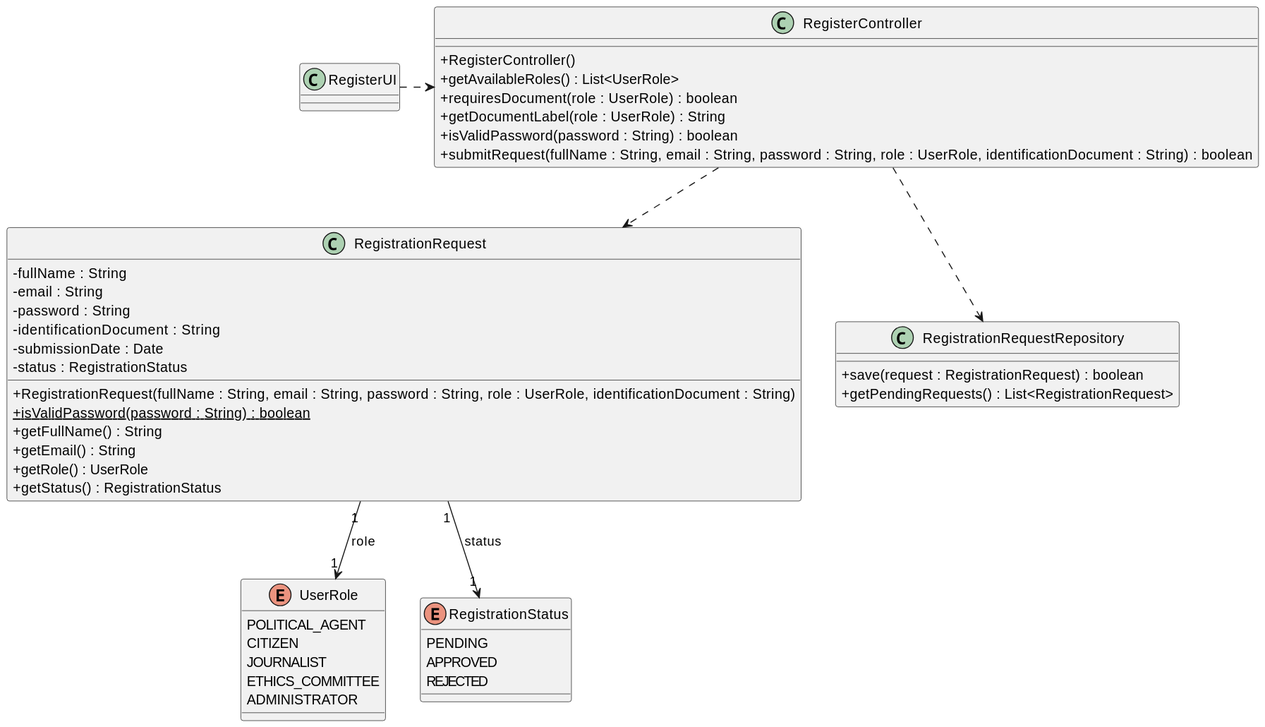
Before: docs/system-documentation/US01/03.design/svg/US01_CD.svg, a diagram exported from PlantUML (brunodspinto/crystal-clear-platform).
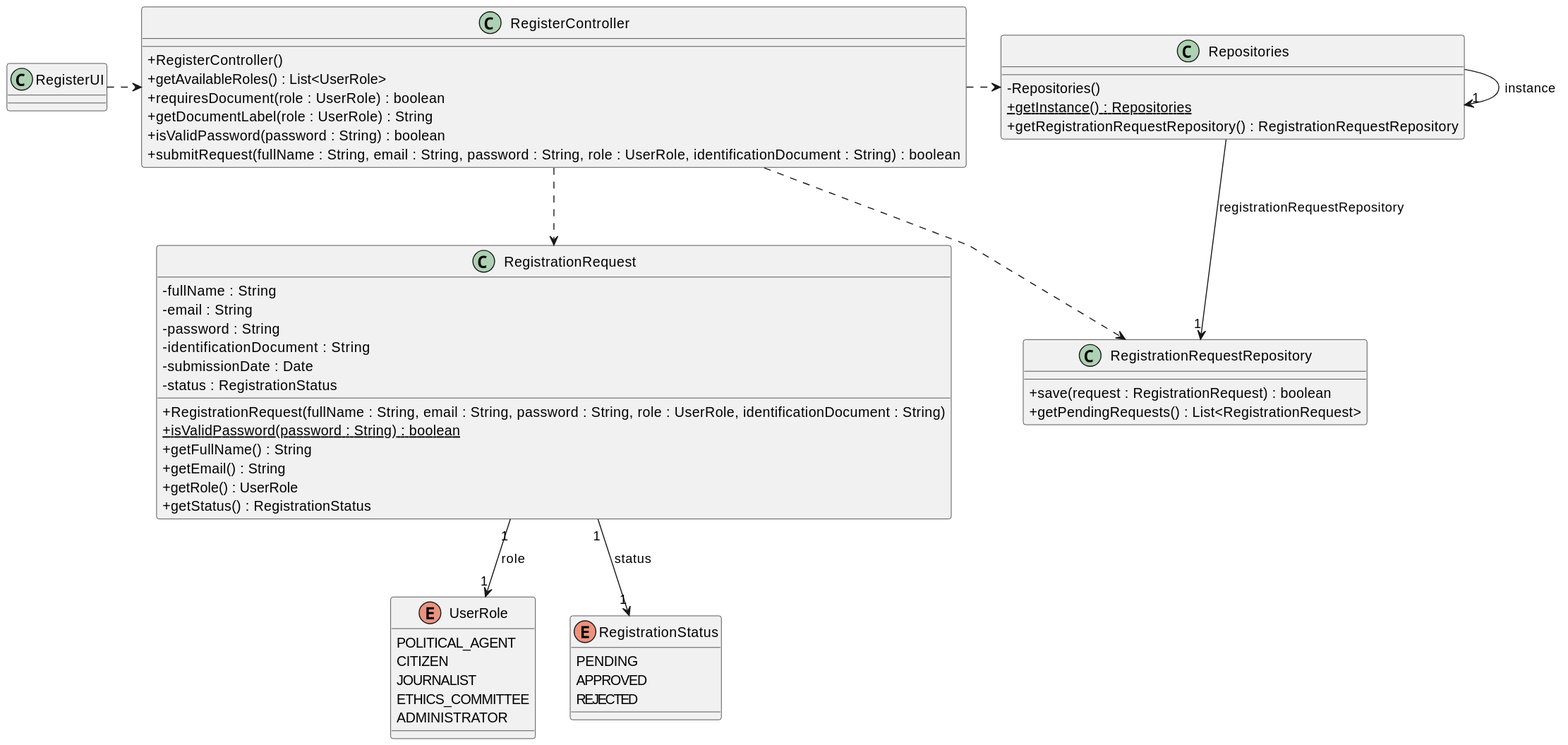
After the commit.

What changed in the source:
```diff
@@ -36,6 +36,12 @@
     + getPendingRequests() : List<RegistrationRequest>
 }
 
+class Repositories {
+    - Repositories()
+    + {static} getInstance() : Repositories
+    + getRegistrationRequestRepository() : RegistrationRequestRepository
+}
+
 enum UserRole {
     POLITICAL_AGENT
     CITIZEN
@@ -51,8 +57,11 @@
 }
 
 RegisterUI .> RegisterController
+RegisterController .> Repositories
 RegisterController ..> RegistrationRequestRepository
 RegisterController ..> RegistrationRequest
+Repositories -> "1" Repositories : instance
+Repositories --> "1" RegistrationRequestRepository : registrationRequestRepository
 RegistrationRequest "1" --> "1" UserRole : role
 RegistrationRequest "1" --> "1" RegistrationStatus : status
 @enduml
```
